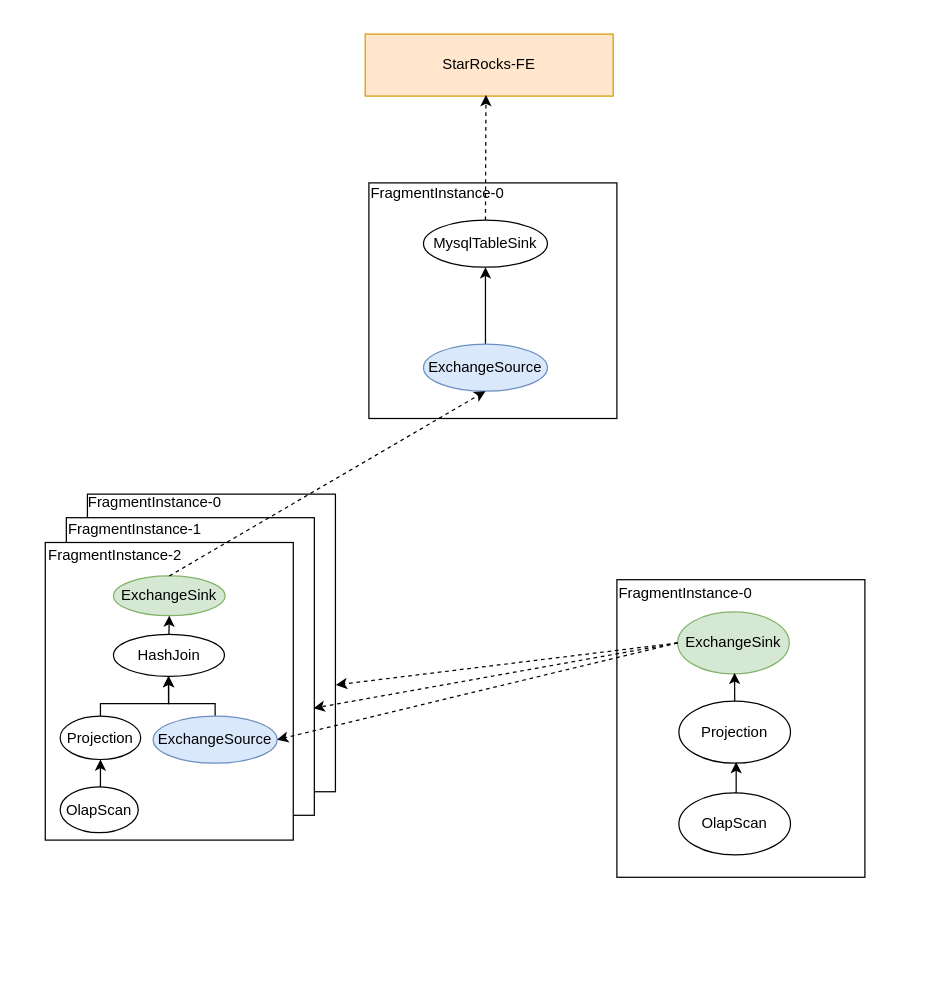
Earlier version of the draw.io diagram StarRocks/Pipeline-FragmentInstance-1.drawio (szza/szza.github.io.images). Source tidied: cells renumbered, new cells numbered last; positions are measured from the earlier drawing's top-left corner, leaving out a move shared by most shapes. Both pictures are drawn from the tidied source at 124%, with x=0, y=0 at pixel (42, 33).
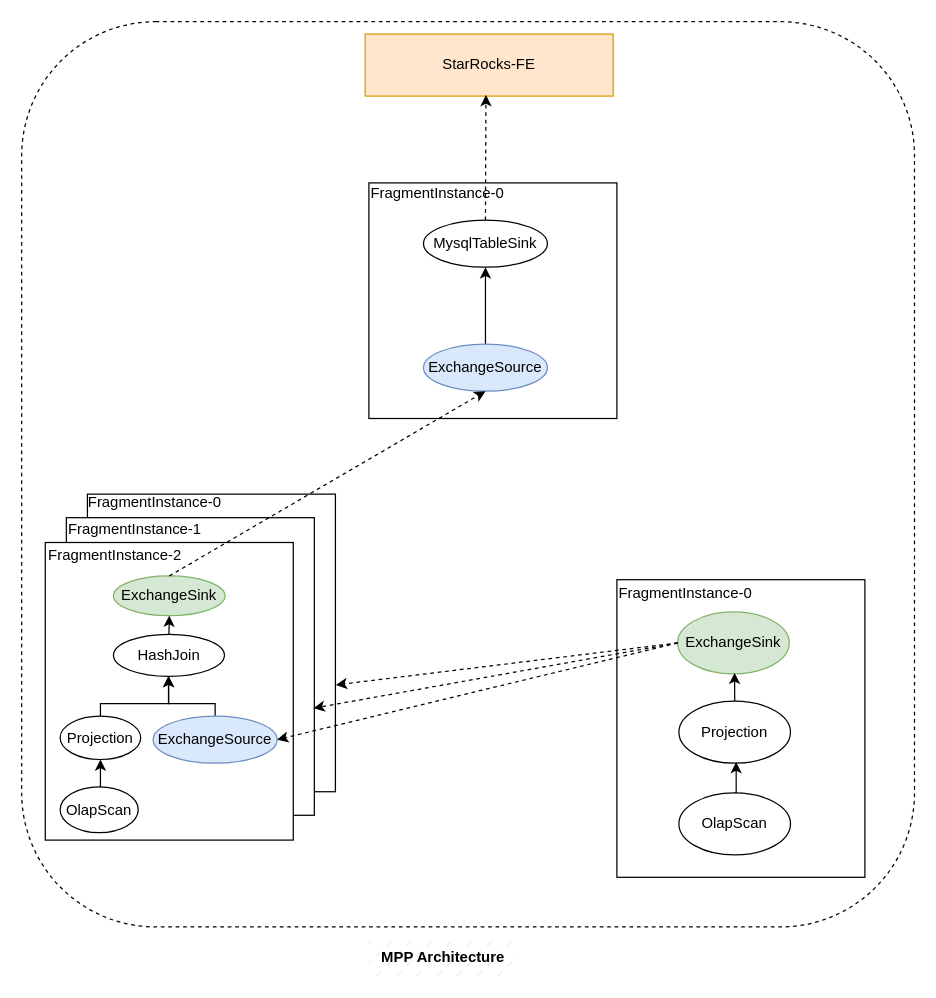
Above is the later version.

What changed in the source:
```diff
@@
+    <mxCell id="35" style="rounded=1;whiteSpace=wrap;html=1;fillColor=none;dashed=1;" parent="1" vertex="1">
+      <mxGeometry x="-17" y="-10" width="720" height="730" as="geometry" />
+    </mxCell>
+    <mxCell id="36" value="&lt;b&gt;MPP Architecture&lt;/b&gt;" style="text;html=1;strokeColor=none;fillColor=#dae8fc;align=center;verticalAlign=middle;whiteSpace=wrap;rounded=0;fillStyle=dashed;" parent="1" vertex="1">
+      <mxGeometry x="263" y="730" width="120" height="30" as="geometry" />
+    </mxCell>
```
